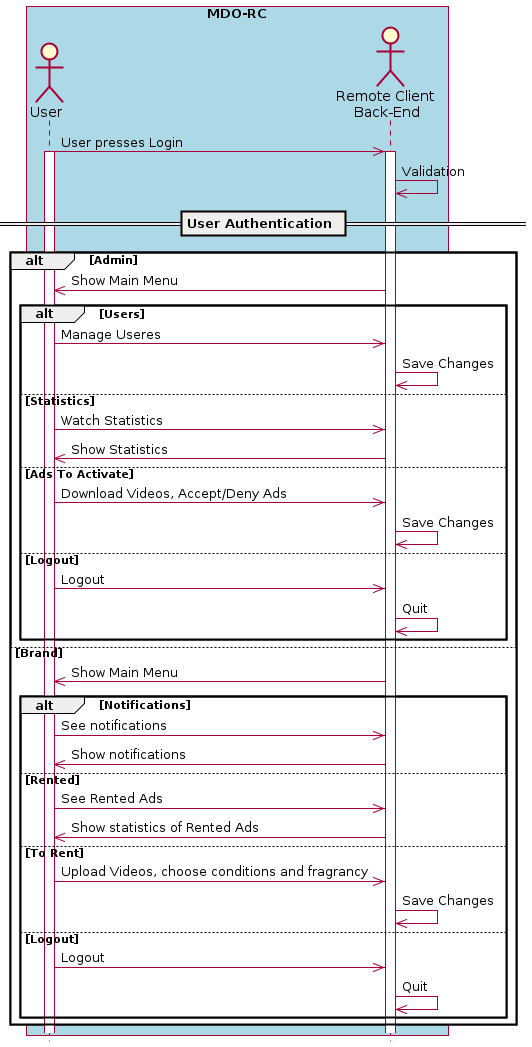
This is Proj/report/img/seq-rc.png from ElectroQuanta/MDO, a PlantUML export, as it was before one commit.
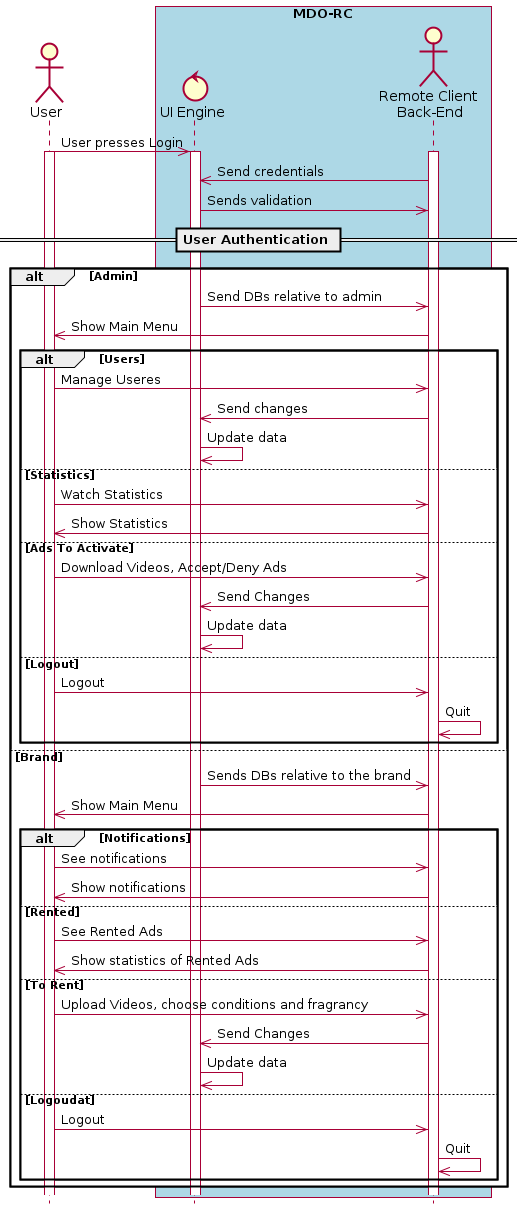
The same file after the commit.

Commit message:
UPDT: Seq Diagram Remote Client

Change to the diagram source:
```diff
@@ -3,32 +3,39 @@
 hide footbox
 
 
+actor User
 box "MDO-RC" #LightBlue
-actor User
+control "UI Engine" as UIE
 actor "Remote Client \nBack-End" as RC
 endbox
 
-User ->> RC: User presses Login
+User ->> UIE: User presses Login
 activate User
 activate RC
-RC ->> RC: Validation
+activate UIE
+RC ->> UIE : Send credentials
+UIE ->> RC : Sends validation
 == User Authentication ==
 alt Admin
+  UIE ->> RC : Send DBs relative to admin
   RC ->> User : Show Main Menu
   alt Users
     User ->> RC : Manage Useres
-    RC ->> RC : Save Changes
+    RC ->> UIE : Send changes
+    UIE ->> UIE : Update data
   else Statistics
     User ->> RC : Watch Statistics
     RC ->> User : Show Statistics
   else Ads To Activate
     User ->> RC : Download Videos, Accept/Deny Ads
-    RC ->> RC : Save Changes
+    RC ->> UIE : Send Changes
+    UIE ->> UIE : Update data
   else Logout
     User ->> RC : Logout
     RC ->> RC : Quit
   end
 else Brand
+  UIE ->> RC : Sends DBs relative to the brand
   RC ->> User : Show Main Menu
   alt Notifications
     User ->> RC : See notifications
@@ -38,8 +45,9 @@
     RC ->> User : Show statistics of Rented Ads
   else To Rent
     User ->> RC : Upload Videos, choose conditions and fragrancy
-    RC ->> RC : Save Changes
-  else Logout
+    RC ->> UIE : Send Changes
+    UIE ->> UIE : Update data
+  else Logoudat
     User ->> RC : Logout
     RC ->> RC : Quit
   end
```
